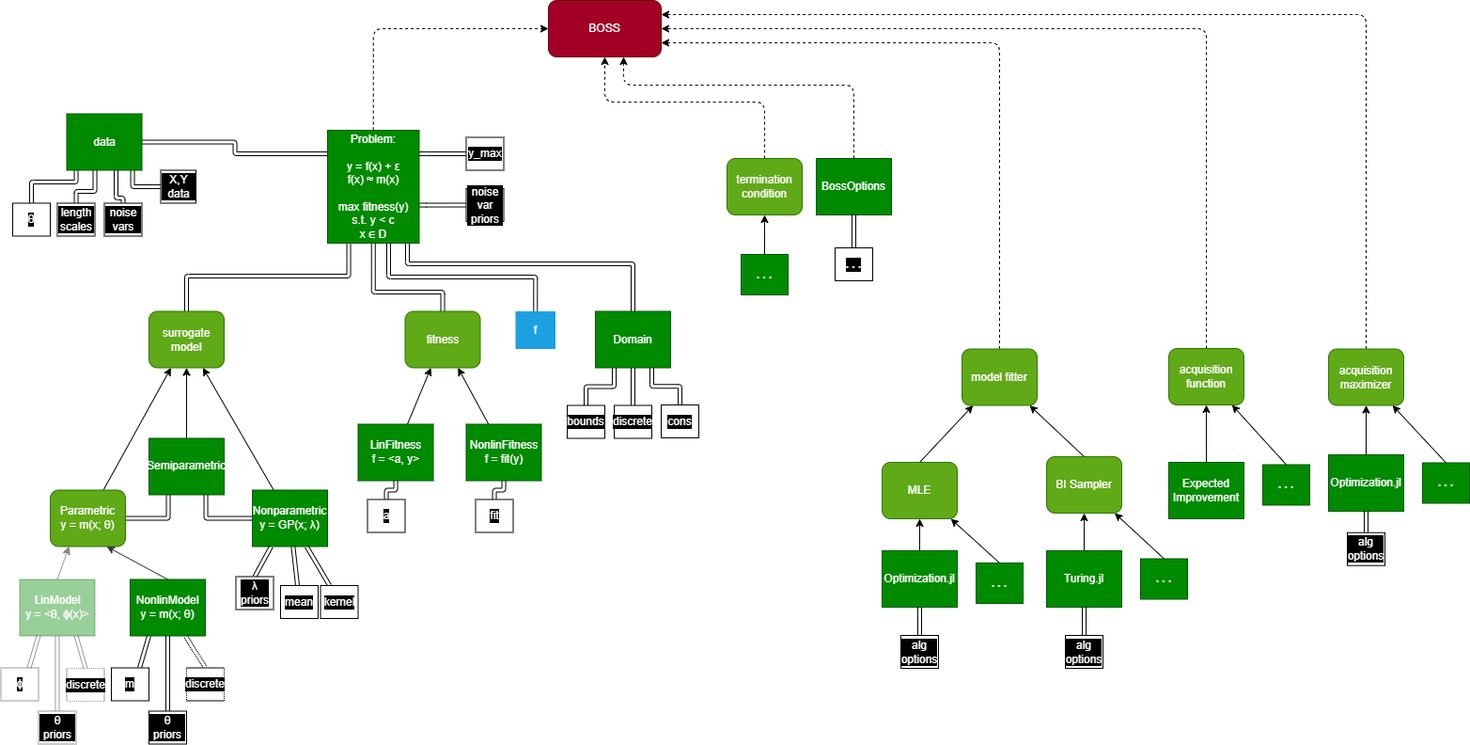
soldasim/BOSS.jl keeps this draw.io diagram as diagram/boss_inputs.drawio.png. Above is the earlier version. Source tidied: cells renumbered, new cells last; positions are measured from the earlier drawing's top-left corner, leaving out a move shared by most shapes.
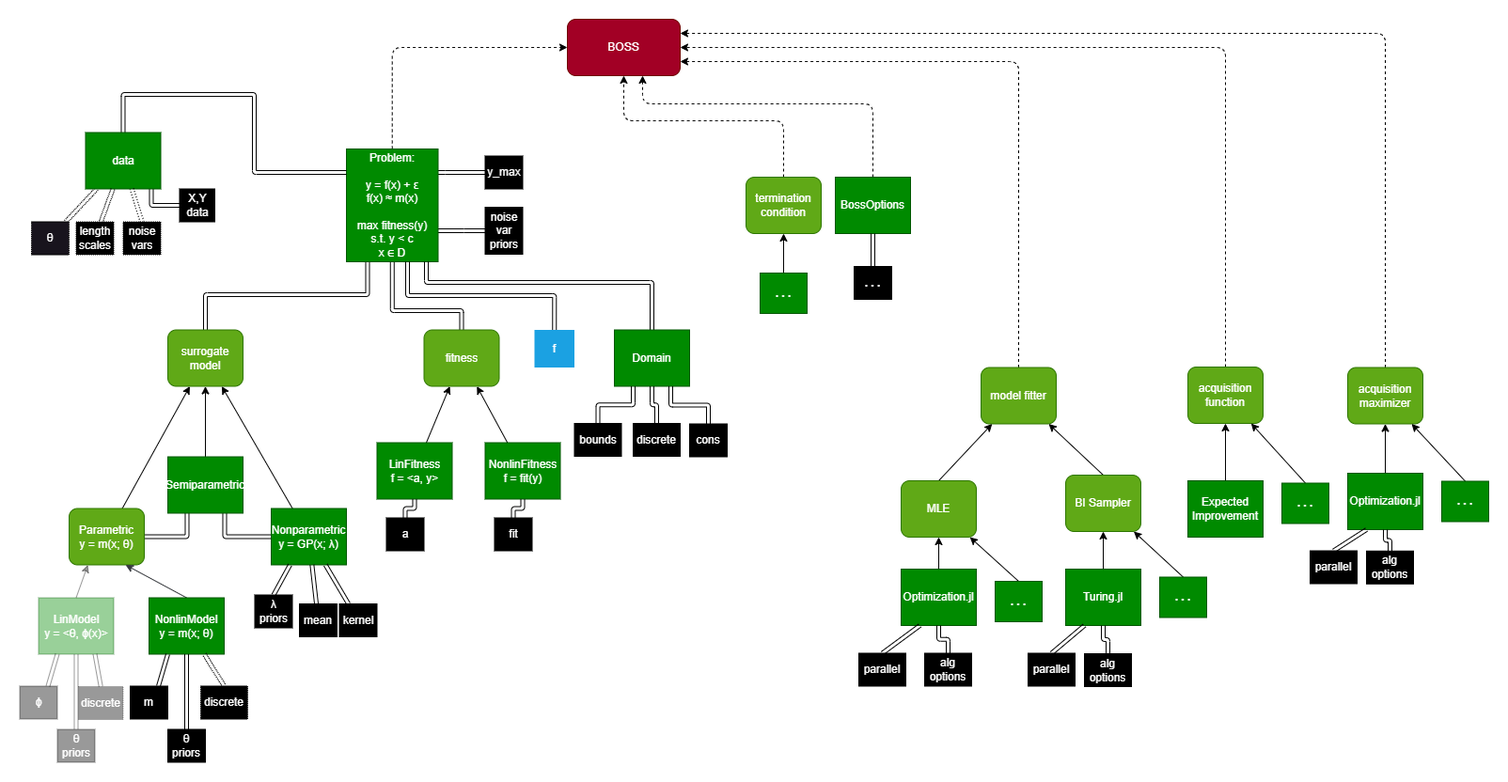
Above is the later version.

What changed in the source:
```diff
@@ -1,2 +1,2 @@
-<mxGraphModel>
+<mxGraphModel background="#ffffff">
   <root>
@@ -118,3 +118,3 @@
     </mxCell>
-    <mxCell id="34" value="a" style="rounded=0;whiteSpace=wrap;labelBackgroundColor=#000000;fontColor=#FFFFFF;" parent="1" vertex="1">
+    <mxCell id="34" value="a" style="rounded=0;whiteSpace=wrap;labelBackgroundColor=none;fontColor=#FFFFFF;fillStyle=solid;fillColor=#000000;" parent="1" vertex="1">
       <mxGeometry x="389.5" y="530.5" width="40" height="35" as="geometry" />
@@ -124,3 +124,3 @@
     </mxCell>
-    <mxCell id="36" value="fit" style="rounded=0;whiteSpace=wrap;labelBackgroundColor=#000000;fontColor=#FFFFFF;" parent="1" vertex="1">
+    <mxCell id="36" value="fit" style="rounded=0;whiteSpace=wrap;labelBackgroundColor=none;fontColor=#FFFFFF;fillStyle=solid;fillColor=#000000;" parent="1" vertex="1">
       <mxGeometry x="504.5" y="530.5" width="40" height="35" as="geometry" />
@@ -142,3 +142,3 @@
     </mxCell>
-    <mxCell id="42" value="λ&#10;priors" style="rounded=0;whiteSpace=wrap;labelBackgroundColor=#000000;fontColor=#FFFFFF;" parent="1" vertex="1">
+    <mxCell id="42" value="λ&#10;priors" style="rounded=0;whiteSpace=wrap;labelBackgroundColor=none;fontColor=#FFFFFF;fillStyle=solid;fillColor=#000000;" parent="1" vertex="1">
       <mxGeometry x="249.5" y="612.5" width="40" height="35" as="geometry" />
@@ -148,4 +148,4 @@
         <Array as="points">
-          <mxPoint x="452" y="218" />
-          <mxPoint x="452" y="218" />
+          <mxPoint x="472" y="225" />
+          <mxPoint x="472" y="225" />
         </Array>
@@ -153,4 +153,4 @@
     </mxCell>
-    <mxCell id="44" value="noise var priors" style="rounded=0;whiteSpace=wrap;labelBackgroundColor=#000000;fontColor=#FFFFFF;" parent="1" vertex="1">
-      <mxGeometry x="494.5" y="200" width="40" height="35" as="geometry" />
+    <mxCell id="44" value="noise var priors" style="rounded=0;whiteSpace=wrap;labelBackgroundColor=none;fontColor=#FFFFFF;fillStyle=solid;fillColor=#000000;" parent="1" vertex="1">
+      <mxGeometry x="494.5" y="200" width="40" height="50" as="geometry" />
     </mxCell>
@@ -163,14 +163,9 @@
     </mxCell>
-    <mxCell id="46" value="X,Y data" style="rounded=0;whiteSpace=wrap;labelBackgroundColor=#000000;fontColor=#FFFFFF;" parent="1" vertex="1">
+    <mxCell id="46" value="X,Y data" style="rounded=0;whiteSpace=wrap;labelBackgroundColor=none;fontColor=#FFFFFF;fillStyle=solid;fillColor=#000000;" parent="1" vertex="1">
       <mxGeometry x="169.5" y="180.5" width="37.5" height="35" as="geometry" />
     </mxCell>
-    <mxCell id="47" style="edgeStyle=orthogonalEdgeStyle;shape=link;rounded=1;html=1;strokeColor=default;fontSize=18;fontColor=#FFFFFF;" parent="1" edge="1" source="48" target="60">
-      <mxGeometry relative="1" as="geometry">
-        <Array as="points">
-          <mxPoint x="32.5" y="193" />
-          <mxPoint x="79.5" y="193" />
-        </Array>
-      </mxGeometry>
+    <mxCell id="47" style="shape=link;rounded=1;html=1;strokeColor=default;fontSize=18;fontColor=#FFFFFF;dashed=1;dashPattern=1 1;" parent="1" edge="1" source="48" target="60">
+      <mxGeometry relative="1" as="geometry" />
     </mxCell>
-    <mxCell id="48" value="θ" style="rounded=0;whiteSpace=wrap;labelBackgroundColor=#000000;fontColor=#FFFFFF;" parent="1" vertex="1">
+    <mxCell id="48" value="θ" style="rounded=0;whiteSpace=wrap;labelBackgroundColor=none;fontColor=#FFFFFF;dashed=1;dashPattern=1 1;fillColor=#18141D;fillStyle=solid;" parent="1" vertex="1">
       <mxGeometry x="12" y="215.5" width="40" height="35" as="geometry" />
@@ -180,4 +175,4 @@
     </mxCell>
-    <mxCell id="50" value="alg options" style="rounded=0;whiteSpace=wrap;labelBackgroundColor=#000000;fontColor=#FFFFFF;" parent="1" vertex="1">
-      <mxGeometry x="957" y="675" width="40" height="35" as="geometry" />
+    <mxCell id="50" value="alg options" style="rounded=0;whiteSpace=wrap;labelBackgroundColor=none;fontColor=#FFFFFF;fillColor=#000000;fillStyle=solid;" parent="1" vertex="1">
+      <mxGeometry x="962" y="674.5" width="50" height="35" as="geometry" />
     </mxCell>
@@ -186,4 +181,4 @@
     </mxCell>
-    <mxCell id="52" value="alg options" style="rounded=0;whiteSpace=wrap;labelBackgroundColor=#000000;fontColor=#FFFFFF;" parent="1" vertex="1">
-      <mxGeometry x="1132" y="675" width="40" height="35" as="geometry" />
+    <mxCell id="52" value="alg options" style="rounded=0;whiteSpace=wrap;labelBackgroundColor=none;fontColor=#FFFFFF;fillColor=#000000;fillStyle=solid;" parent="1" vertex="1">
+      <mxGeometry x="1132" y="675" width="50" height="35" as="geometry" />
     </mxCell>
@@ -197,3 +192,3 @@
     </mxCell>
-    <mxCell id="54" value="y_max" style="rounded=0;whiteSpace=wrap;labelBackgroundColor=#000000;fontColor=#FFFFFF;" parent="1" vertex="1">
+    <mxCell id="54" value="y_max" style="rounded=0;whiteSpace=wrap;labelBackgroundColor=none;fontColor=#FFFFFF;fillStyle=solid;fillColor=#000000;" parent="1" vertex="1">
       <mxGeometry x="494.5" y="145.5" width="40" height="35" as="geometry" />
@@ -224,4 +219,5 @@
         <Array as="points">
-          <mxPoint x="248.5" y="151" />
-          <mxPoint x="248.5" y="163" />
+          <mxPoint x="110" y="80" />
+          <mxPoint x="249" y="80" />
+          <mxPoint x="249" y="163" />
         </Array>
@@ -235,3 +231,3 @@
     </mxCell>
-    <mxCell id="62" value="mean" style="rounded=0;whiteSpace=wrap;labelBackgroundColor=#000000;fontColor=#FFFFFF;" parent="1" vertex="1">
+    <mxCell id="62" value="mean" style="rounded=0;whiteSpace=wrap;labelBackgroundColor=none;fontColor=#FFFFFF;fillStyle=solid;fillColor=#000000;" parent="1" vertex="1">
       <mxGeometry x="297" y="622" width="40" height="35" as="geometry" />
@@ -241,32 +237,22 @@
     </mxCell>
-    <mxCell id="64" value="kernel" style="rounded=0;whiteSpace=wrap;labelBackgroundColor=#000000;fontColor=#FFFFFF;" parent="1" vertex="1">
+    <mxCell id="64" value="kernel" style="rounded=0;whiteSpace=wrap;labelBackgroundColor=none;fontColor=#FFFFFF;fillStyle=solid;fillColor=#000000;" parent="1" vertex="1">
       <mxGeometry x="339.5" y="622" width="40" height="35" as="geometry" />
     </mxCell>
-    <mxCell id="65" style="edgeStyle=orthogonalEdgeStyle;shape=link;rounded=1;html=1;strokeColor=default;fontSize=18;fontColor=#FFFFFF;" parent="1" edge="1" source="66" target="60">
-      <mxGeometry relative="1" as="geometry">
-        <Array as="points">
-          <mxPoint x="79.5" y="203" />
-          <mxPoint x="99.5" y="203" />
-        </Array>
-      </mxGeometry>
+    <mxCell id="65" style="shape=link;rounded=1;html=1;strokeColor=default;fontSize=18;fontColor=#FFFFFF;dashed=1;dashPattern=1 1;" parent="1" edge="1" source="66" target="60">
+      <mxGeometry relative="1" as="geometry" />
     </mxCell>
-    <mxCell id="66" value="length scales" style="rounded=0;whiteSpace=wrap;labelBackgroundColor=#000000;fontColor=#FFFFFF;" parent="1" vertex="1">
+    <mxCell id="66" value="length scales" style="rounded=0;whiteSpace=wrap;labelBackgroundColor=none;fontColor=#FFFFFF;dashed=1;dashPattern=1 1;fillStyle=solid;fillColor=#000000;" parent="1" vertex="1">
       <mxGeometry x="59.5" y="215.5" width="40" height="35" as="geometry" />
     </mxCell>
-    <mxCell id="67" style="edgeStyle=orthogonalEdgeStyle;shape=link;html=1;exitX=0.5;exitY=0;exitDx=0;exitDy=0;" parent="1" edge="1" source="68" target="60">
-      <mxGeometry relative="1" as="geometry">
-        <Array as="points">
-          <mxPoint x="129" y="210" />
-          <mxPoint x="122" y="210" />
-        </Array>
-      </mxGeometry>
+    <mxCell id="67" style="shape=link;html=1;exitX=0.5;exitY=0;exitDx=0;exitDy=0;dashed=1;dashPattern=1 2;" parent="1" edge="1" source="68" target="60">
+      <mxGeometry relative="1" as="geometry" />
     </mxCell>
-    <mxCell id="68" value="noise vars" style="rounded=0;whiteSpace=wrap;labelBackgroundColor=#000000;fontColor=#FFFFFF;" parent="1" vertex="1">
+    <mxCell id="68" value="noise vars" style="rounded=0;whiteSpace=wrap;labelBackgroundColor=none;fontColor=#FFFFFF;dashed=1;dashPattern=1 1;fillStyle=solid;fillColor=#000000;" parent="1" vertex="1">
       <mxGeometry x="109.5" y="215.5" width="40" height="35" as="geometry" />
     </mxCell>
-    <mxCell id="69" style="edgeStyle=none;html=1;exitX=0.5;exitY=0;exitDx=0;exitDy=0;shape=link;" parent="1" edge="1" source="70" target="28">
+    <mxCell id="69" style="edgeStyle=orthogonalEdgeStyle;html=1;exitX=0.5;exitY=0;exitDx=0;exitDy=0;shape=link;" parent="1" edge="1" source="70" target="28">
       <mxGeometry relative="1" as="geometry" />
     </mxCell>
-    <mxCell id="70" value="alg options" style="rounded=0;whiteSpace=wrap;labelBackgroundColor=#000000;fontColor=#FFFFFF;" parent="1" vertex="1">
-      <mxGeometry x="1432" y="565.8" width="40" height="35" as="geometry" />
+    <mxCell id="70" value="alg options" style="rounded=0;whiteSpace=wrap;labelBackgroundColor=none;fontColor=#FFFFFF;fillStyle=solid;fillColor=#000000;" parent="1" vertex="1">
+      <mxGeometry x="1432" y="565.8" width="50" height="35" as="geometry" />
     </mxCell>
@@ -303,3 +289,3 @@
     </mxCell>
-    <mxCell id="78" value=". . ." style="rounded=0;whiteSpace=wrap;labelBackgroundColor=#000000;fontColor=#FFFFFF;fontStyle=1;" parent="1" vertex="1">
+    <mxCell id="78" value=". . ." style="rounded=0;whiteSpace=wrap;labelBackgroundColor=none;fontColor=#FFFFFF;fontStyle=1;fillStyle=solid;fillColor=#000000;" parent="1" vertex="1">
       <mxGeometry x="887" y="263" width="40" height="35" as="geometry" />
@@ -320,4 +306,4 @@
     </mxCell>
-    <mxCell id="82" value="bounds" style="rounded=0;whiteSpace=wrap;labelBackgroundColor=#000000;fontColor=#FFFFFF;" parent="1" vertex="1">
-      <mxGeometry x="602" y="430.5" width="40" height="35" as="geometry" />
+    <mxCell id="82" value="bounds" style="rounded=0;whiteSpace=wrap;labelBackgroundColor=none;fontColor=#FFFFFF;fillStyle=solid;fillColor=#000000;" parent="1" vertex="1">
+      <mxGeometry x="589.5" y="430" width="50" height="35" as="geometry" />
     </mxCell>
@@ -326,4 +312,4 @@
     </mxCell>
-    <mxCell id="84" value="discrete" style="rounded=0;whiteSpace=wrap;labelBackgroundColor=#000000;fontColor=#FFFFFF;" parent="1" vertex="1">
-      <mxGeometry x="652" y="430.5" width="40" height="35" as="geometry" />
+    <mxCell id="84" value="discrete" style="rounded=0;whiteSpace=wrap;labelBackgroundColor=none;fontColor=#FFFFFF;fillStyle=solid;fillColor=#000000;" parent="1" vertex="1">
+      <mxGeometry x="652" y="430" width="50" height="35" as="geometry" />
     </mxCell>
@@ -332,4 +318,4 @@
     </mxCell>
-    <mxCell id="86" value="cons" style="rounded=0;whiteSpace=wrap;labelBackgroundColor=#000000;fontColor=#FFFFFF;" parent="1" vertex="1">
-      <mxGeometry x="702" y="430" width="40" height="35" as="geometry" />
+    <mxCell id="86" value="cons" style="rounded=0;whiteSpace=wrap;labelBackgroundColor=none;fontColor=#FFFFFF;fillStyle=solid;fillColor=#000000;" parent="1" vertex="1">
+      <mxGeometry x="712" y="430.5" width="40" height="35" as="geometry" />
     </mxCell>
@@ -338,4 +324,4 @@
     </mxCell>
-    <mxCell id="88" value="discrete" style="rounded=0;whiteSpace=wrap;labelBackgroundColor=#000000;fontColor=#FFFFFF;dashed=1;dashPattern=1 1;" parent="1" vertex="1">
-      <mxGeometry x="197" y="709.5" width="40" height="35" as="geometry" />
+    <mxCell id="88" value="discrete" style="rounded=0;whiteSpace=wrap;labelBackgroundColor=none;fontColor=#FFFFFF;dashed=1;dashPattern=1 1;fillStyle=solid;fillColor=#000000;" parent="1" vertex="1">
+      <mxGeometry x="192" y="709.5" width="50" height="35" as="geometry" />
     </mxCell>
@@ -380,3 +366,3 @@
     </mxCell>
-    <mxCell id="102" value="θ priors" style="rounded=0;whiteSpace=wrap;labelBackgroundColor=#000000;fontColor=#FFFFFF;" parent="1" vertex="1">
+    <mxCell id="102" value="θ priors" style="rounded=0;whiteSpace=wrap;labelBackgroundColor=none;fontColor=#FFFFFF;fillStyle=solid;fillColor=#000000;" parent="1" vertex="1">
       <mxGeometry x="157" y="755.5" width="40" height="35" as="geometry" />
@@ -386,3 +372,3 @@
     </mxCell>
-    <mxCell id="104" value="m" style="rounded=0;whiteSpace=wrap;labelBackgroundColor=#000000;fontColor=#FFFFFF;" parent="1" vertex="1">
+    <mxCell id="104" value="m" style="rounded=0;whiteSpace=wrap;labelBackgroundColor=none;fontColor=#FFFFFF;fillStyle=solid;fillColor=#000000;" parent="1" vertex="1">
       <mxGeometry x="117" y="709.5" width="40" height="35" as="geometry" />
@@ -392,4 +378,4 @@
     </mxCell>
-    <mxCell id="106" value="discrete" style="rounded=0;whiteSpace=wrap;labelBackgroundColor=#000000;fontColor=#FFFFFF;dashed=1;dashPattern=1 1;opacity=40;" parent="1" vertex="1">
-      <mxGeometry x="69.5" y="710" width="40" height="35" as="geometry" />
+    <mxCell id="106" value="discrete" style="rounded=0;whiteSpace=wrap;labelBackgroundColor=none;fontColor=#FFFFFF;dashed=1;dashPattern=1 1;opacity=40;fillStyle=solid;fillColor=#000000;" parent="1" vertex="1">
+      <mxGeometry x="62" y="710" width="47.5" height="35" as="geometry" />
     </mxCell>
@@ -398,3 +384,3 @@
     </mxCell>
-    <mxCell id="108" value="θ priors" style="rounded=0;whiteSpace=wrap;labelBackgroundColor=#000000;fontColor=#FFFFFF;opacity=40;" parent="1" vertex="1">
+    <mxCell id="108" value="θ priors" style="rounded=0;whiteSpace=wrap;labelBackgroundColor=none;fontColor=#FFFFFF;opacity=40;fillStyle=solid;fillColor=#000000;" parent="1" vertex="1">
       <mxGeometry x="39.5" y="755.5" width="40" height="35" as="geometry" />
@@ -404,5 +390,23 @@
     </mxCell>
-    <mxCell id="110" value="ϕ" style="rounded=0;whiteSpace=wrap;labelBackgroundColor=#000000;fontColor=#FFFFFF;opacity=40;" parent="1" vertex="1">
+    <mxCell id="110" value="ϕ" style="rounded=0;whiteSpace=wrap;labelBackgroundColor=none;fontColor=#FFFFFF;opacity=40;fillStyle=solid;fillColor=#000000;" parent="1" vertex="1">
       <mxGeometry x="-0.5" y="709.5" width="40" height="35" as="geometry" />
     </mxCell>
+    <mxCell id="111" style="edgeStyle=none;html=1;exitX=0.5;exitY=0;exitDx=0;exitDy=0;entryX=0.25;entryY=1;entryDx=0;entryDy=0;shape=link;" parent="1" edge="1" source="112" target="30">
+      <mxGeometry relative="1" as="geometry" />
+    </mxCell>
+    <mxCell id="112" value="parallel" style="rounded=0;whiteSpace=wrap;labelBackgroundColor=none;fontColor=#FFFFFF;fillColor=#000000;fillStyle=solid;" parent="1" vertex="1">
+      <mxGeometry x="892" y="674.5" width="50" height="35" as="geometry" />
+    </mxCell>
+    <mxCell id="113" style="edgeStyle=none;shape=link;html=1;exitX=0.5;exitY=0;exitDx=0;exitDy=0;entryX=0.25;entryY=1;entryDx=0;entryDy=0;" parent="1" edge="1" source="114" target="32">
+      <mxGeometry relative="1" as="geometry" />
+    </mxCell>
+    <mxCell id="114" value="parallel" style="rounded=0;whiteSpace=wrap;labelBackgroundColor=none;fontColor=#FFFFFF;fillColor=#000000;fillStyle=solid;" parent="1" vertex="1">
+      <mxGeometry x="1072" y="674.5" width="50" height="35" as="geometry" />
+    </mxCell>
+    <mxCell id="115" style="edgeStyle=none;shape=link;html=1;exitX=0.5;exitY=0;exitDx=0;exitDy=0;entryX=0.25;entryY=1;entryDx=0;entryDy=0;" parent="1" edge="1" source="116" target="28">
+      <mxGeometry relative="1" as="geometry" />
+    </mxCell>
+    <mxCell id="116" value="parallel" style="rounded=0;whiteSpace=wrap;labelBackgroundColor=none;fontColor=#FFFFFF;fillStyle=solid;fillColor=#000000;" parent="1" vertex="1">
+      <mxGeometry x="1372" y="565.5" width="50" height="35" as="geometry" />
+    </mxCell>
   </root>
```
